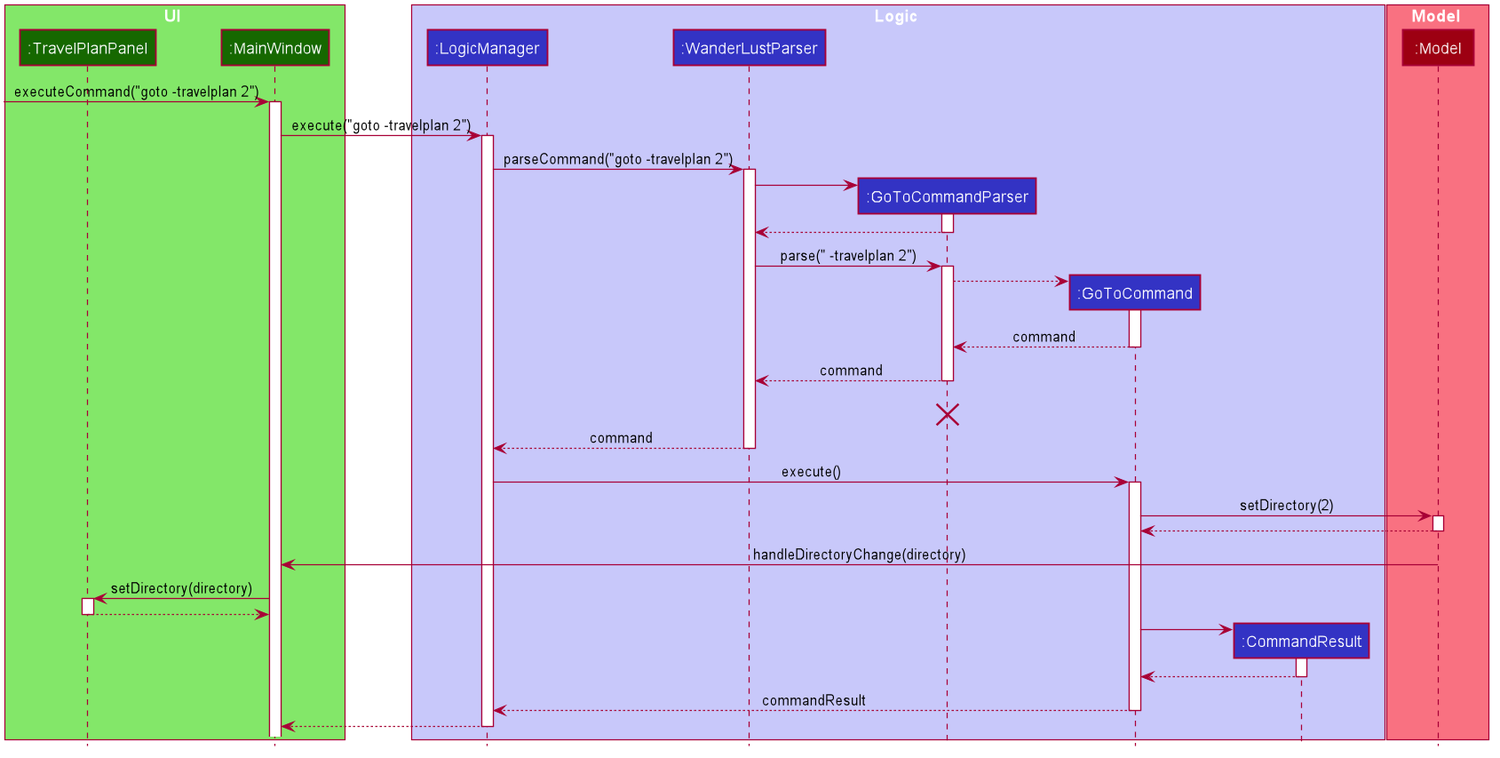
Above: docs/images/GoToUiSequenceDiagram.png in underthehai/tp (PlantUML), before the change.
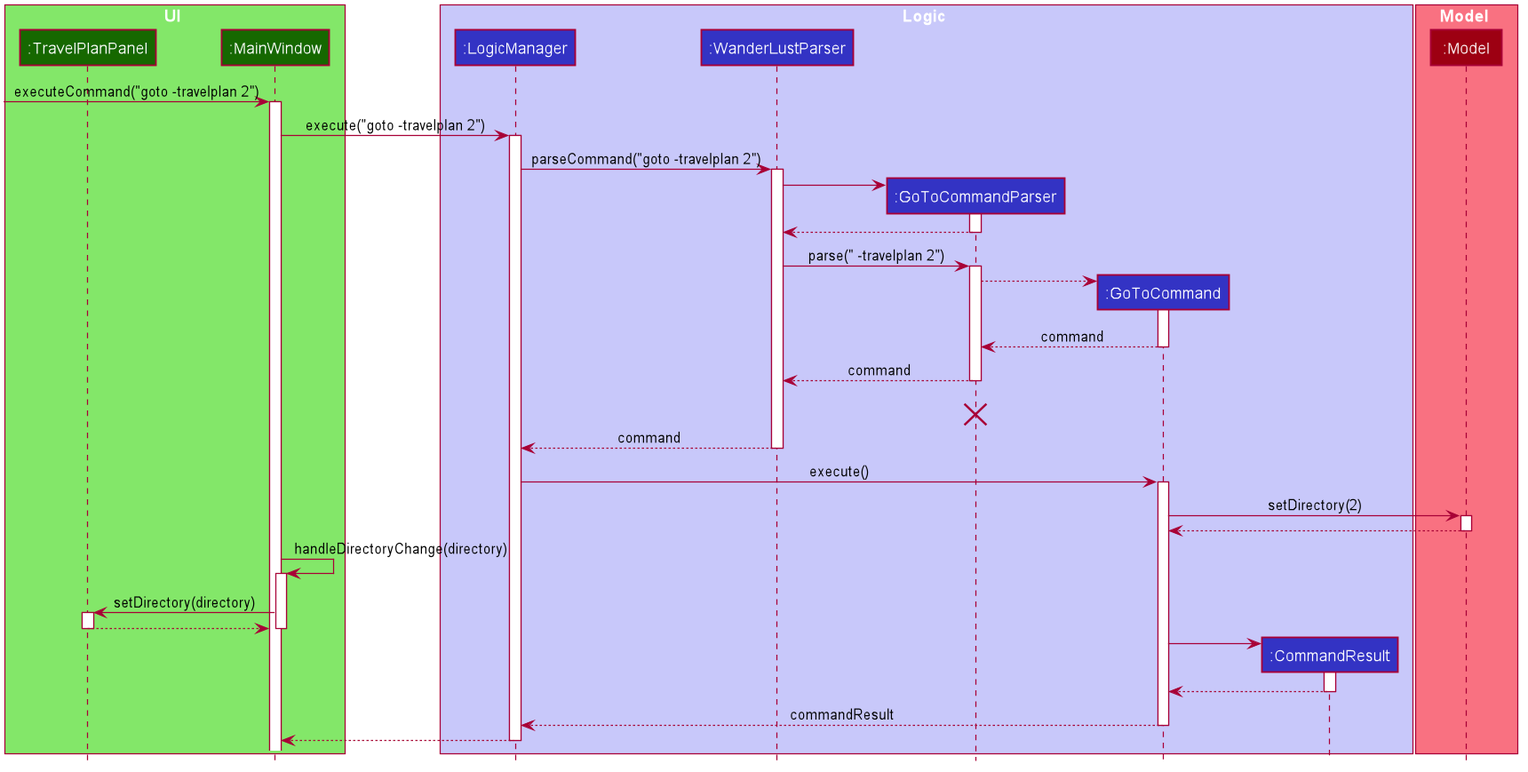
After the commit.

The edit, as a diff of the source:
```diff
@@ -107,12 +107,14 @@
 Model --> GoToCommand
 deactivate Model
 
-Model -> MainWindow : handleDirectoryChange(directory)
+MainWindow -> MainWindow : handleDirectoryChange(directory)
+activate MainWindow
 MainWindow -> TravelPlanPanel :setDirectory(directory)
 activate TravelPlanPanel
 
 TravelPlanPanel --> MainWindow
 deactivate TravelPlanPanel
+deactivate MainWindow
 
 create CommandResult
 GoToCommand -> CommandResult
```
